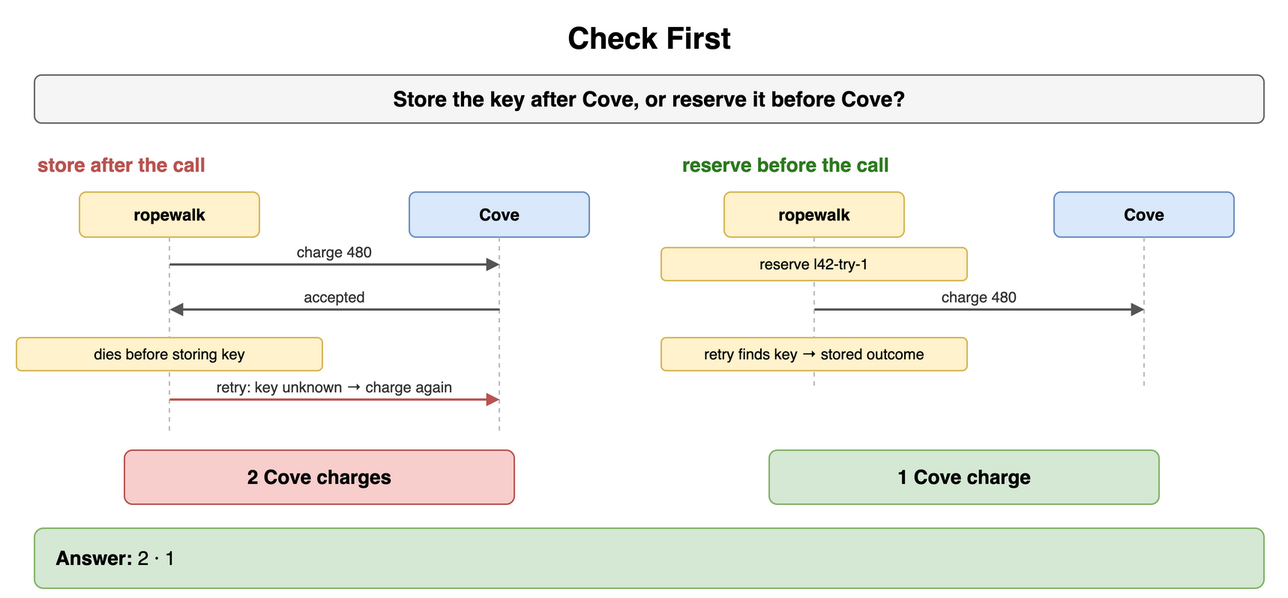
Earlier version of the draw.io export content/09_System_Design_Interview/23_Payment_and_Financial_Systems/diagrams/payments-drills-2-check-first.png (amendez13/swe-study-guide). Source tidied: cells renumbered, new cells last; positions are measured from the earlier drawing's top-left corner, leaving out a move shared by most shapes.
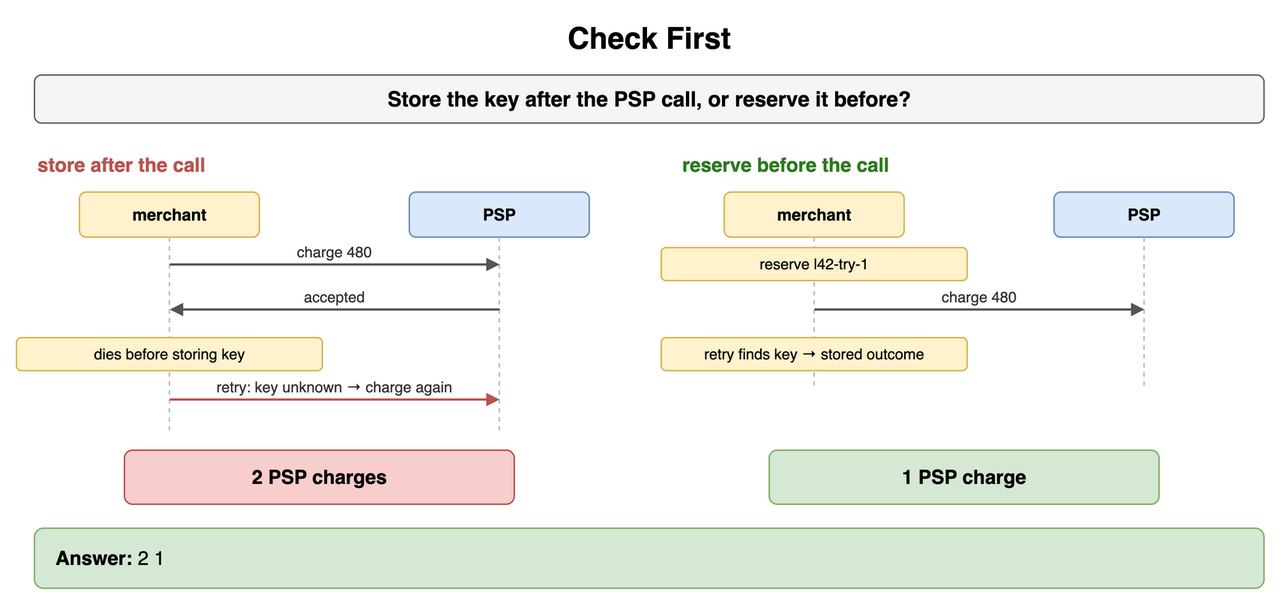
The same file after the commit.

The edit, as a diff of the source:
```diff
@@ -5,16 +5,16 @@
     <mxCell id="2" value="Check First" style="text;html=1;align=center;verticalAlign=middle;whiteSpace=wrap;fontSize=20;fontStyle=1;" parent="1" vertex="1">
       <mxGeometry x="12" width="820" height="30" as="geometry" />
     </mxCell>
-    <mxCell id="3" value="Store the key after Cove, or reserve it before Cove?" style="rounded=1;whiteSpace=wrap;html=1;fillColor=#f5f5f5;strokeColor=#666666;fontStyle=1;fontSize=14;" parent="1" vertex="1">
+    <mxCell id="3" value="Store the key after the PSP call, or reserve it before?" style="rounded=1;whiteSpace=wrap;html=1;fillColor=#f5f5f5;strokeColor=#666666;fontStyle=1;fontSize=14;" parent="1" vertex="1">
       <mxGeometry x="12" y="40" width="820" height="32" as="geometry" />
     </mxCell>
     <mxCell id="4" value="store after the call" style="text;html=1;whiteSpace=wrap;fontSize=11;align=left;verticalAlign=middle;fontSize=13;fontColor=#b85450;fontStyle=1;" parent="1" vertex="1">
       <mxGeometry x="12" y="90" width="400" height="20" as="geometry" />
     </mxCell>
-    <mxCell id="5" value="ropewalk" style="rounded=1;whiteSpace=wrap;html=1;fillColor=#fff2cc;strokeColor=#d6b656;fontSize=11;align=center;fontStyle=1;" parent="1" vertex="1">
+    <mxCell id="5" value="merchant" style="rounded=1;whiteSpace=wrap;html=1;fillColor=#fff2cc;strokeColor=#d6b656;fontSize=11;align=center;fontStyle=1;" parent="1" vertex="1">
       <mxGeometry x="42" y="118" width="120" height="30" as="geometry" />
     </mxCell>
-    <mxCell id="6" value="Cove" style="rounded=1;whiteSpace=wrap;html=1;fillColor=#dae8fc;strokeColor=#6c8ebf;fontSize=11;align=center;fontStyle=1;" parent="1" vertex="1">
+    <mxCell id="6" value="PSP" style="rounded=1;whiteSpace=wrap;html=1;fillColor=#dae8fc;strokeColor=#6c8ebf;fontSize=11;align=center;fontStyle=1;" parent="1" vertex="1">
       <mxGeometry x="262" y="118" width="120" height="30" as="geometry" />
     </mxCell>
     <mxCell id="7" style="endArrow=none;html=1;strokeColor=#bbbbbb;dashed=1;" parent="1" edge="1">
@@ -59,16 +59,16 @@
     <mxCell id="15" value="retry: key unknown → charge again" style="text;html=1;whiteSpace=wrap;fontSize=11;align=center;verticalAlign=middle;fontSize=10;fontColor=#333333;" parent="1" vertex="1">
       <mxGeometry x="106" y="240" width="212" height="15" as="geometry" />
     </mxCell>
-    <mxCell id="16" value="2 Cove charges" style="rounded=1;whiteSpace=wrap;html=1;fillColor=#f8cecc;strokeColor=#b85450;fontSize=13;align=center;fontStyle=1;" parent="1" vertex="1">
+    <mxCell id="16" value="2 PSP charges" style="rounded=1;whiteSpace=wrap;html=1;fillColor=#f8cecc;strokeColor=#b85450;fontSize=13;align=center;fontStyle=1;" parent="1" vertex="1">
       <mxGeometry x="72" y="290" width="260" height="36" as="geometry" />
     </mxCell>
     <mxCell id="17" value="reserve before the call" style="text;html=1;whiteSpace=wrap;fontSize=11;align=left;verticalAlign=middle;fontSize=13;fontColor=#2d7a1f;fontStyle=1;" parent="1" vertex="1">
       <mxGeometry x="442" y="90" width="400" height="20" as="geometry" />
     </mxCell>
-    <mxCell id="18" value="ropewalk" style="rounded=1;whiteSpace=wrap;html=1;fillColor=#fff2cc;strokeColor=#d6b656;fontSize=11;align=center;fontStyle=1;" parent="1" vertex="1">
+    <mxCell id="18" value="merchant" style="rounded=1;whiteSpace=wrap;html=1;fillColor=#fff2cc;strokeColor=#d6b656;fontSize=11;align=center;fontStyle=1;" parent="1" vertex="1">
       <mxGeometry x="472" y="118" width="120" height="30" as="geometry" />
     </mxCell>
-    <mxCell id="19" value="Cove" style="rounded=1;whiteSpace=wrap;html=1;fillColor=#dae8fc;strokeColor=#6c8ebf;fontSize=11;align=center;fontStyle=1;" parent="1" vertex="1">
+    <mxCell id="19" value="PSP" style="rounded=1;whiteSpace=wrap;html=1;fillColor=#dae8fc;strokeColor=#6c8ebf;fontSize=11;align=center;fontStyle=1;" parent="1" vertex="1">
       <mxGeometry x="692" y="118" width="120" height="30" as="geometry" />
     </mxCell>
     <mxCell id="20" style="endArrow=none;html=1;strokeColor=#bbbbbb;dashed=1;" parent="1" edge="1">
@@ -98,10 +98,10 @@
     <mxCell id="25" value="retry finds key → stored outcome" style="rounded=1;whiteSpace=wrap;html=1;fillColor=#fff2cc;strokeColor=#d6b656;fontSize=10;align=center;" parent="1" vertex="1">
       <mxGeometry x="430" y="215" width="204" height="22" as="geometry" />
     </mxCell>
-    <mxCell id="26" value="1 Cove charge" style="rounded=1;whiteSpace=wrap;html=1;fillColor=#d5e8d4;strokeColor=#82b366;fontSize=13;align=center;fontStyle=1;" parent="1" vertex="1">
+    <mxCell id="26" value="1 PSP charge" style="rounded=1;whiteSpace=wrap;html=1;fillColor=#d5e8d4;strokeColor=#82b366;fontSize=13;align=center;fontStyle=1;" parent="1" vertex="1">
       <mxGeometry x="502" y="290" width="260" height="36" as="geometry" />
     </mxCell>
-    <mxCell id="27" value="&lt;b&gt;Answer:&lt;/b&gt; 2 · 1" style="rounded=1;whiteSpace=wrap;html=1;fillColor=#d5e8d4;strokeColor=#82b366;fontSize=13;align=left;spacingLeft=12;" parent="1" vertex="1">
+    <mxCell id="27" value="&lt;b&gt;Answer:&lt;/b&gt; 2 1" style="rounded=1;whiteSpace=wrap;html=1;fillColor=#d5e8d4;strokeColor=#82b366;fontSize=13;align=left;spacingLeft=12;" parent="1" vertex="1">
       <mxGeometry x="12" y="342" width="820" height="40" as="geometry" />
     </mxCell>
   </root>
```
